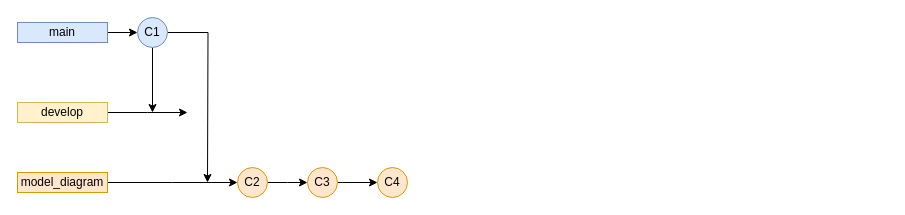
mejomba/maktab89_hw12 keeps this draw.io diagram as GitFlowDiagram.drawio. Above is the earlier version. Source tidied: cells renumbered, new cells numbered last; positions are measured from the earlier drawing's top-left corner, leaving out a move shared by most shapes. Both pictures are drawn from the tidied source at 100%, with x=0, y=0 at pixel (17, 17).
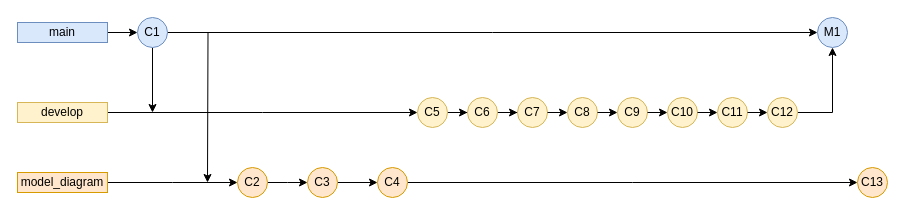
Above is the later version.

The change refers to these unchanged cells:
```xml
<mxCell id="5" value="develop" style="text;html=1;strokeColor=#d6b656;fillColor=#fff2cc;align=center;verticalAlign=middle;whiteSpace=wrap;rounded=0;" parent="1" vertex="1">
  <mxGeometry y="85" width="90" height="20" as="geometry" />
</mxCell>
<mxCell id="8" value="C1" style="ellipse;whiteSpace=wrap;html=1;fillColor=#dae8fc;strokeColor=#6c8ebf;" parent="1" vertex="1">
  <mxGeometry x="120" width="30" height="30" as="geometry" />
</mxCell>
<mxCell id="15" value="C4" style="ellipse;whiteSpace=wrap;html=1;fillColor=#ffe6cc;strokeColor=#d79b00;" parent="1" vertex="1">
  <mxGeometry x="360" y="150" width="30" height="30" as="geometry" />
</mxCell>
```

The edit, as a diff of the source:
```diff
@@
     <mxCell id="4" style="edgeStyle=orthogonalEdgeStyle;rounded=0;jettySize=auto;html=1;exitX=1;exitY=0.5;exitDx=0;exitDy=0;" parent="1" edge="1" source="5">
       <mxGeometry relative="1" as="geometry">
-        <mxPoint x="170" y="95" as="targetPoint" />
+        <mxPoint x="400" y="95" as="targetPoint" />
       </mxGeometry>
     </mxCell>
@@
+    <mxCell id="16" style="edgeStyle=orthogonalEdgeStyle;rounded=0;jettySize=auto;html=1;" parent="1" edge="1" source="8">
+      <mxGeometry relative="1" as="geometry">
+        <mxPoint x="800" y="15" as="targetPoint" />
+      </mxGeometry>
+    </mxCell>
@@
+    <mxCell id="17" style="edgeStyle=orthogonalEdgeStyle;rounded=0;jettySize=auto;html=1;" parent="1" edge="1" source="15">
+      <mxGeometry relative="1" as="geometry">
+        <mxPoint x="840" y="165" as="targetPoint" />
+      </mxGeometry>
+    </mxCell>
@@
+    <mxCell id="18" style="edgeStyle=orthogonalEdgeStyle;rounded=0;jettySize=auto;html=1;entryX=0;entryY=0.5;entryDx=0;entryDy=0;" parent="1" edge="1" source="19" target="21">
+      <mxGeometry relative="1" as="geometry" />
+    </mxCell>
+    <mxCell id="19" value="C5" style="ellipse;whiteSpace=wrap;html=1;fillColor=#fff2cc;strokeColor=#d6b656;" parent="1" vertex="1">
+      <mxGeometry x="400" y="80" width="30" height="30" as="geometry" />
+    </mxCell>
+    <mxCell id="20" style="edgeStyle=orthogonalEdgeStyle;rounded=0;jettySize=auto;html=1;entryX=0;entryY=0.5;entryDx=0;entryDy=0;" parent="1" edge="1" source="21" target="22">
+      <mxGeometry relative="1" as="geometry" />
+    </mxCell>
+    <mxCell id="21" value="C6" style="ellipse;whiteSpace=wrap;html=1;fillColor=#fff2cc;strokeColor=#d6b656;" parent="1" vertex="1">
+      <mxGeometry x="450" y="80" width="30" height="30" as="geometry" />
+    </mxCell>
+    <mxCell id="22" value="C7" style="ellipse;whiteSpace=wrap;html=1;fillColor=#fff2cc;strokeColor=#d6b656;" parent="1" vertex="1">
+      <mxGeometry x="500" y="80" width="30" height="30" as="geometry" />
+    </mxCell>
+    <mxCell id="23" style="edgeStyle=orthogonalEdgeStyle;rounded=0;jettySize=auto;html=1;entryX=0;entryY=0.5;entryDx=0;entryDy=0;" parent="1" edge="1" target="24">
+      <mxGeometry relative="1" as="geometry">
+        <mxPoint x="530" y="95" as="sourcePoint" />
+      </mxGeometry>
+    </mxCell>
+    <mxCell id="24" value="C8" style="ellipse;whiteSpace=wrap;html=1;fillColor=#fff2cc;strokeColor=#d6b656;" parent="1" vertex="1">
+      <mxGeometry x="550" y="80" width="30" height="30" as="geometry" />
+    </mxCell>
+    <mxCell id="25" style="edgeStyle=orthogonalEdgeStyle;rounded=0;jettySize=auto;html=1;entryX=0;entryY=0.5;entryDx=0;entryDy=0;" parent="1" edge="1" target="26">
+      <mxGeometry relative="1" as="geometry">
+        <mxPoint x="580" y="95" as="sourcePoint" />
+      </mxGeometry>
+    </mxCell>
+    <mxCell id="26" value="C9" style="ellipse;whiteSpace=wrap;html=1;fillColor=#fff2cc;strokeColor=#d6b656;" parent="1" vertex="1">
+      <mxGeometry x="600" y="80" width="30" height="30" as="geometry" />
+    </mxCell>
+    <mxCell id="27" style="edgeStyle=orthogonalEdgeStyle;rounded=0;jettySize=auto;html=1;entryX=0;entryY=0.5;entryDx=0;entryDy=0;" parent="1" edge="1" target="28">
+      <mxGeometry relative="1" as="geometry">
+        <mxPoint x="630" y="95" as="sourcePoint" />
+      </mxGeometry>
+    </mxCell>
+    <mxCell id="28" value="C10" style="ellipse;whiteSpace=wrap;html=1;fillColor=#fff2cc;strokeColor=#d6b656;" parent="1" vertex="1">
+      <mxGeometry x="650" y="80" width="30" height="30" as="geometry" />
+    </mxCell>
+    <mxCell id="29" style="edgeStyle=orthogonalEdgeStyle;rounded=0;jettySize=auto;html=1;entryX=0;entryY=0.5;entryDx=0;entryDy=0;" parent="1" edge="1" target="30">
+      <mxGeometry relative="1" as="geometry">
+        <mxPoint x="680" y="95" as="sourcePoint" />
+      </mxGeometry>
+    </mxCell>
+    <mxCell id="30" value="C11" style="ellipse;whiteSpace=wrap;html=1;fillColor=#fff2cc;strokeColor=#d6b656;" parent="1" vertex="1">
+      <mxGeometry x="700" y="80" width="30" height="30" as="geometry" />
+    </mxCell>
+    <mxCell id="31" style="edgeStyle=orthogonalEdgeStyle;rounded=0;jettySize=auto;html=1;entryX=0;entryY=0.5;entryDx=0;entryDy=0;" parent="1" edge="1" target="33">
+      <mxGeometry relative="1" as="geometry">
+        <mxPoint x="730" y="95" as="sourcePoint" />
+      </mxGeometry>
+    </mxCell>
+    <mxCell id="32" style="edgeStyle=orthogonalEdgeStyle;rounded=0;jettySize=auto;html=1;entryX=0.5;entryY=1;entryDx=0;entryDy=0;" parent="1" edge="1" source="33" target="34">
+      <mxGeometry relative="1" as="geometry" />
+    </mxCell>
+    <mxCell id="33" value="C12" style="ellipse;whiteSpace=wrap;html=1;fillColor=#fff2cc;strokeColor=#d6b656;" parent="1" vertex="1">
+      <mxGeometry x="750" y="80" width="30" height="30" as="geometry" />
+    </mxCell>
+    <mxCell id="34" value="M1" style="ellipse;whiteSpace=wrap;html=1;fillColor=#dae8fc;strokeColor=#6c8ebf;" parent="1" vertex="1">
+      <mxGeometry x="800" width="30" height="30" as="geometry" />
+    </mxCell>
+    <mxCell id="35" value="C13" style="ellipse;whiteSpace=wrap;html=1;fillColor=#ffe6cc;strokeColor=#d79b00;" parent="1" vertex="1">
+      <mxGeometry x="840" y="150" width="30" height="30" as="geometry" />
+    </mxCell>
```
